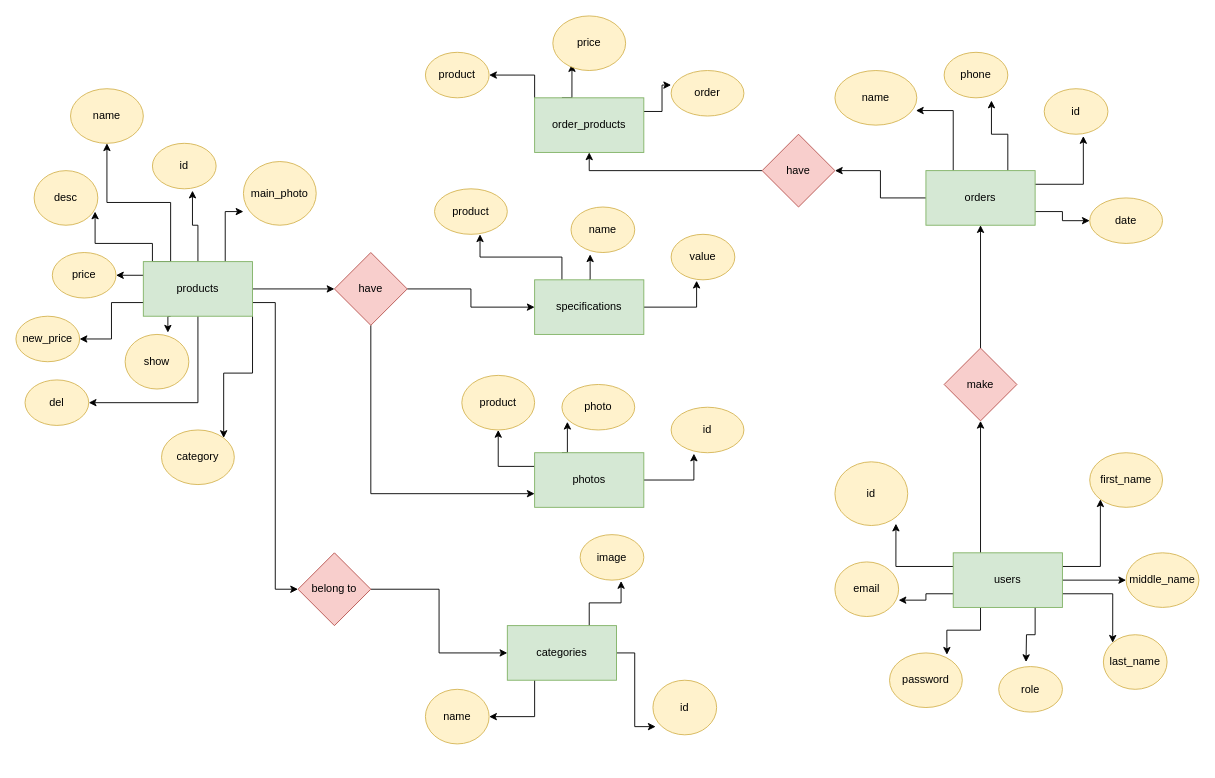
The draw.io diagram ER.drawio in ahr9n/delivery-food, before the edit. Source tidied: cells renumbered, new cells numbered last; positions are measured from the earlier drawing's top-left corner, leaving out a move shared by most shapes. Both pictures are drawn from the tidied source at 91%, with x=0, y=0 at pixel (15, 15).
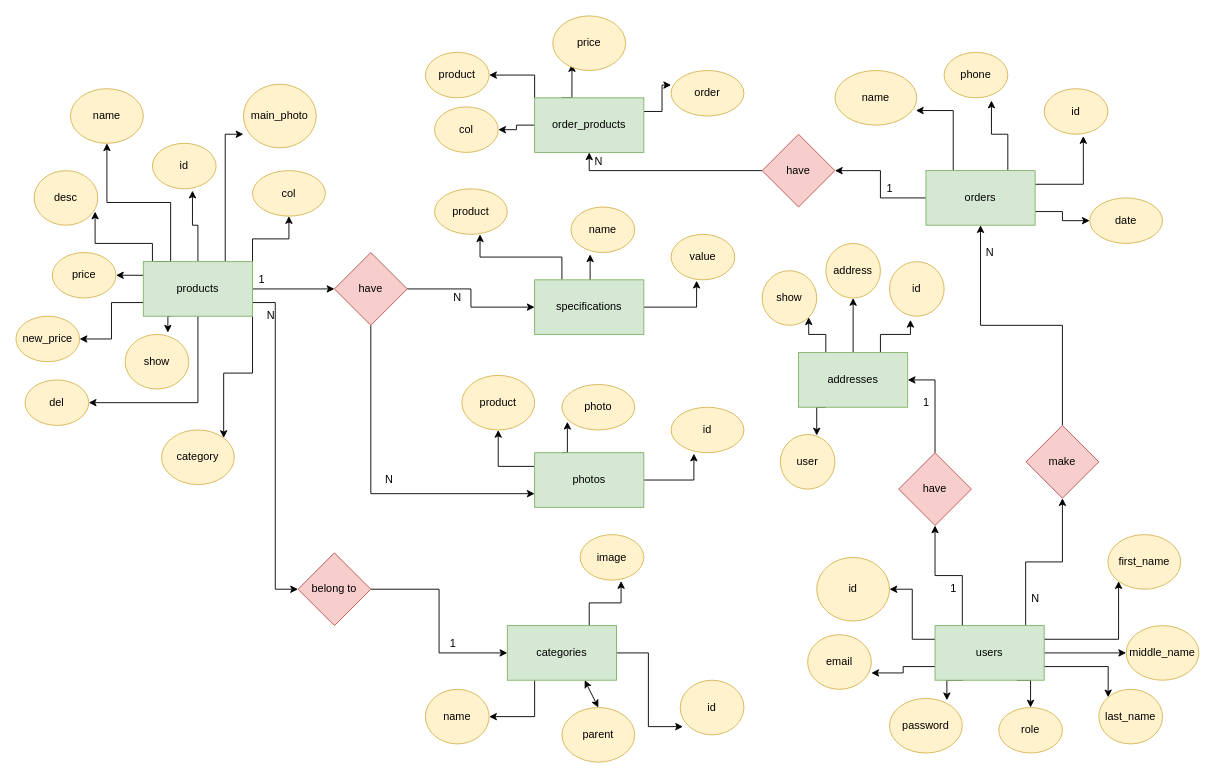
The same diagram, later.

Unchanged cells that the change refers to:
```xml
<mxCell id="13" value="products" style="rounded=0;whiteSpace=wrap;html=1;fillColor=#d5e8d4;strokeColor=#82b366;" parent="1" vertex="1">
  <mxGeometry x="140" y="270" width="120" height="60" as="geometry" />
</mxCell>
<mxCell id="26" value="order_products" style="rounded=0;whiteSpace=wrap;html=1;fillColor=#d5e8d4;strokeColor=#82b366;" parent="1" vertex="1">
  <mxGeometry x="570" y="90" width="120" height="60" as="geometry" />
</mxCell>
```

The edit, as a diff of the source:
```diff
@@
+    <mxCell id="86" style="edgeStyle=orthogonalEdgeStyle;rounded=0;jettySize=auto;html=1;exitX=1;exitY=0;exitDx=0;exitDy=0;" parent="1" edge="1" source="13" target="91">
+      <mxGeometry relative="1" as="geometry" />
+    </mxCell>
@@
     <mxCell id="20" value="main_photo" style="ellipse;whiteSpace=wrap;html=1;fillColor=#fff2cc;strokeColor=#d6b656;" parent="1" vertex="1">
-      <mxGeometry x="250" y="160" width="80" height="70" as="geometry" />
+      <mxGeometry x="250" y="75" width="80" height="70" as="geometry" />
     </mxCell>
@@
+    <mxCell id="87" style="edgeStyle=orthogonalEdgeStyle;rounded=0;jettySize=auto;html=1;exitX=0;exitY=0.5;exitDx=0;exitDy=0;entryX=1;entryY=0.5;entryDx=0;entryDy=0;" parent="1" edge="1" source="26" target="92">
+      <mxGeometry relative="1" as="geometry" />
+    </mxCell>
@@
     <mxCell id="48" value="id" style="ellipse;whiteSpace=wrap;html=1;fillColor=#fff2cc;strokeColor=#d6b656;" parent="1" vertex="1">
-      <mxGeometry x="700" y="730" width="70" height="60" as="geometry" />
+      <mxGeometry x="730" y="730" width="70" height="60" as="geometry" />
     </mxCell>
@@
-    <mxCell id="64" style="edgeStyle=orthogonalEdgeStyle;rounded=0;jettySize=auto;html=1;exitX=0.75;exitY=1;exitDx=0;exitDy=0;" parent="1" edge="1" source="69">
-      <mxGeometry relative="1" as="geometry">
-        <mxPoint x="1110" y="710" as="targetPoint" />
-      </mxGeometry>
+    <mxCell id="64" style="edgeStyle=orthogonalEdgeStyle;rounded=0;jettySize=auto;html=1;exitX=0.75;exitY=1;exitDx=0;exitDy=0;entryX=0.5;entryY=0;entryDx=0;entryDy=0;" parent="1" edge="1" source="69" target="76">
+      <mxGeometry relative="1" as="geometry" />
     </mxCell>
@@
-    <mxCell id="67" style="edgeStyle=orthogonalEdgeStyle;rounded=0;jettySize=auto;html=1;exitX=0;exitY=0.25;exitDx=0;exitDy=0;entryX=0.838;entryY=0.971;entryDx=0;entryDy=0;entryPerimeter=0;" parent="1" edge="1" source="69" target="70">
+    <mxCell id="67" style="edgeStyle=orthogonalEdgeStyle;rounded=0;jettySize=auto;html=1;exitX=0;exitY=0.25;exitDx=0;exitDy=0;entryX=1;entryY=0.5;entryDx=0;entryDy=0;" parent="1" edge="1" source="69" target="70">
       <mxGeometry relative="1" as="geometry" />
     </mxCell>
-    <mxCell id="68" style="edgeStyle=orthogonalEdgeStyle;rounded=0;jettySize=auto;html=1;exitX=0.25;exitY=0;exitDx=0;exitDy=0;entryX=0.5;entryY=1;entryDx=0;entryDy=0;" parent="1" edge="1" source="69" target="78">
+    <mxCell id="68" style="edgeStyle=orthogonalEdgeStyle;rounded=0;jettySize=auto;html=1;exitX=0.83;exitY=0.074;exitDx=0;exitDy=0;entryX=0.5;entryY=1;entryDx=0;entryDy=0;exitPerimeter=0;" parent="1" edge="1" source="69" target="78">
       <mxGeometry relative="1" as="geometry" />
     </mxCell>
+    <mxCell id="88" style="edgeStyle=orthogonalEdgeStyle;rounded=0;jettySize=auto;html=1;exitX=0.25;exitY=0;exitDx=0;exitDy=0;entryX=0.5;entryY=1;entryDx=0;entryDy=0;" parent="1" edge="1" source="69" target="94">
+      <mxGeometry relative="1" as="geometry" />
+    </mxCell>
     <mxCell id="69" value="users" style="rounded=0;whiteSpace=wrap;html=1;fillColor=#d5e8d4;strokeColor=#82b366;" parent="1" vertex="1">
-      <mxGeometry x="1030" y="590" width="120" height="60" as="geometry" />
+      <mxGeometry x="1010" y="670" width="120" height="60" as="geometry" />
     </mxCell>
     <mxCell id="70" value="id" style="ellipse;whiteSpace=wrap;html=1;fillColor=#fff2cc;strokeColor=#d6b656;" parent="1" vertex="1">
-      <mxGeometry x="900" y="490" width="80" height="70" as="geometry" />
+      <mxGeometry x="880" y="595" width="80" height="70" as="geometry" />
     </mxCell>
     <mxCell id="71" value="email" style="ellipse;whiteSpace=wrap;html=1;fillColor=#fff2cc;strokeColor=#d6b656;" parent="1" vertex="1">
-      <mxGeometry x="900" y="600" width="70" height="60" as="geometry" />
+      <mxGeometry x="870" y="680" width="70" height="60" as="geometry" />
     </mxCell>
     <mxCell id="72" value="password" style="ellipse;whiteSpace=wrap;html=1;fillColor=#fff2cc;strokeColor=#d6b656;" parent="1" vertex="1">
-      <mxGeometry x="960" y="700" width="80" height="60" as="geometry" />
+      <mxGeometry x="960" y="750" width="80" height="60" as="geometry" />
     </mxCell>
     <mxCell id="73" value="first_name" style="ellipse;whiteSpace=wrap;html=1;fillColor=#fff2cc;strokeColor=#d6b656;" parent="1" vertex="1">
-      <mxGeometry x="1180" y="480" width="80" height="60" as="geometry" />
+      <mxGeometry x="1200" y="570" width="80" height="60" as="geometry" />
     </mxCell>
     <mxCell id="74" value="last_name" style="ellipse;whiteSpace=wrap;html=1;fillColor=#fff2cc;strokeColor=#d6b656;" parent="1" vertex="1">
-      <mxGeometry x="1195" y="680" width="70" height="60" as="geometry" />
+      <mxGeometry x="1190" y="740" width="70" height="60" as="geometry" />
     </mxCell>
     <mxCell id="75" value="middle_name" style="ellipse;whiteSpace=wrap;html=1;fillColor=#fff2cc;strokeColor=#d6b656;" parent="1" vertex="1">
-      <mxGeometry x="1220" y="590" width="80" height="60" as="geometry" />
+      <mxGeometry x="1220" y="670" width="80" height="60" as="geometry" />
     </mxCell>
     <mxCell id="76" value="role" style="ellipse;whiteSpace=wrap;html=1;fillColor=#fff2cc;strokeColor=#d6b656;" parent="1" vertex="1">
-      <mxGeometry x="1080" y="715" width="70" height="50" as="geometry" />
+      <mxGeometry x="1080" y="760" width="70" height="50" as="geometry" />
     </mxCell>
@@
     <mxCell id="78" value="make" style="rhombus;whiteSpace=wrap;html=1;fillColor=#f8cecc;strokeColor=#b85450;" parent="1" vertex="1">
-      <mxGeometry x="1020" y="365" width="80" height="80" as="geometry" />
+      <mxGeometry x="1110" y="450" width="80" height="80" as="geometry" />
     </mxCell>
@@
+    <mxCell id="89" value="parent" style="ellipse;whiteSpace=wrap;html=1;fillColor=#fff2cc;strokeColor=#d6b656;" parent="1" vertex="1">
+      <mxGeometry x="600" y="760" width="80" height="60" as="geometry" />
+    </mxCell>
+    <mxCell id="90" style="endArrow=classic;startArrow=classic;html=1;exitX=0.5;exitY=0;exitDx=0;exitDy=0;" parent="1" edge="1" source="89">
+      <mxGeometry relative="1" as="geometry">
+        <mxPoint x="625" y="730" as="targetPoint" />
+      </mxGeometry>
+    </mxCell>
+    <mxCell id="91" value="col" style="ellipse;whiteSpace=wrap;html=1;fillColor=#fff2cc;strokeColor=#d6b656;" parent="1" vertex="1">
+      <mxGeometry x="260" y="170" width="80" height="50" as="geometry" />
+    </mxCell>
+    <mxCell id="92" value="col" style="ellipse;whiteSpace=wrap;html=1;fillColor=#fff2cc;strokeColor=#d6b656;" parent="1" vertex="1">
+      <mxGeometry x="460" y="100" width="70" height="50" as="geometry" />
+    </mxCell>
+    <mxCell id="93" style="edgeStyle=orthogonalEdgeStyle;rounded=0;jettySize=auto;html=1;exitX=0.5;exitY=0;exitDx=0;exitDy=0;entryX=1;entryY=0.5;entryDx=0;entryDy=0;" parent="1" edge="1" source="94" target="99">
+      <mxGeometry relative="1" as="geometry" />
+    </mxCell>
+    <mxCell id="94" value="have" style="rhombus;whiteSpace=wrap;html=1;fillColor=#f8cecc;strokeColor=#b85450;" parent="1" vertex="1">
+      <mxGeometry x="970" y="480" width="80" height="80" as="geometry" />
+    </mxCell>
+    <mxCell id="95" style="edgeStyle=orthogonalEdgeStyle;rounded=0;jettySize=auto;html=1;exitX=0.5;exitY=0;exitDx=0;exitDy=0;entryX=0.5;entryY=1;entryDx=0;entryDy=0;" parent="1" edge="1" source="99" target="102">
+      <mxGeometry relative="1" as="geometry" />
+    </mxCell>
+    <mxCell id="96" style="edgeStyle=orthogonalEdgeStyle;rounded=0;jettySize=auto;html=1;exitX=0.25;exitY=0;exitDx=0;exitDy=0;entryX=1;entryY=1;entryDx=0;entryDy=0;" parent="1" edge="1" source="99" target="100">
+      <mxGeometry relative="1" as="geometry" />
+    </mxCell>
+    <mxCell id="97" style="edgeStyle=orthogonalEdgeStyle;rounded=0;jettySize=auto;html=1;exitX=0.25;exitY=1;exitDx=0;exitDy=0;entryX=0.667;entryY=0.017;entryDx=0;entryDy=0;entryPerimeter=0;" parent="1" edge="1" source="99" target="101">
+      <mxGeometry relative="1" as="geometry" />
+    </mxCell>
+    <mxCell id="98" style="edgeStyle=orthogonalEdgeStyle;rounded=0;jettySize=auto;html=1;exitX=0.75;exitY=0;exitDx=0;exitDy=0;entryX=0.383;entryY=1.067;entryDx=0;entryDy=0;entryPerimeter=0;" parent="1" edge="1" source="99" target="103">
+      <mxGeometry relative="1" as="geometry" />
+    </mxCell>
+    <mxCell id="99" value="addresses" style="rounded=0;whiteSpace=wrap;html=1;fillColor=#d5e8d4;strokeColor=#82b366;" parent="1" vertex="1">
+      <mxGeometry x="860" y="370" width="120" height="60" as="geometry" />
+    </mxCell>
+    <mxCell id="100" value="show" style="ellipse;whiteSpace=wrap;html=1;fillColor=#fff2cc;strokeColor=#d6b656;" parent="1" vertex="1">
+      <mxGeometry x="820" y="280" width="60" height="60" as="geometry" />
+    </mxCell>
+    <mxCell id="101" value="user" style="ellipse;whiteSpace=wrap;html=1;fillColor=#fff2cc;strokeColor=#d6b656;" parent="1" vertex="1">
+      <mxGeometry x="840" y="460" width="60" height="60" as="geometry" />
+    </mxCell>
+    <mxCell id="102" value="address" style="ellipse;whiteSpace=wrap;html=1;fillColor=#fff2cc;strokeColor=#d6b656;" parent="1" vertex="1">
+      <mxGeometry x="890" y="250" width="60" height="60" as="geometry" />
+    </mxCell>
+    <mxCell id="103" value="id" style="ellipse;whiteSpace=wrap;html=1;fillColor=#fff2cc;strokeColor=#d6b656;" parent="1" vertex="1">
+      <mxGeometry x="960" y="270" width="60" height="60" as="geometry" />
+    </mxCell>
+    <mxCell id="104" value="1" style="text;html=1;align=center;verticalAlign=middle;strokeColor=none;" parent="1" vertex="1">
+      <mxGeometry x="1020" y="620" width="20" height="20" as="geometry" />
+    </mxCell>
+    <mxCell id="105" value="1" style="text;html=1;align=center;verticalAlign=middle;strokeColor=none;" parent="1" vertex="1">
+      <mxGeometry x="990" y="415" width="20" height="20" as="geometry" />
+    </mxCell>
+    <mxCell id="106" value="N" style="text;html=1;align=center;verticalAlign=middle;strokeColor=none;" parent="1" vertex="1">
+      <mxGeometry x="1110" y="630" width="20" height="20" as="geometry" />
+    </mxCell>
+    <mxCell id="107" value="N" style="text;html=1;align=center;verticalAlign=middle;strokeColor=none;" parent="1" vertex="1">
+      <mxGeometry x="1060" y="250" width="20" height="20" as="geometry" />
+    </mxCell>
+    <mxCell id="108" value="1" style="text;html=1;align=center;verticalAlign=middle;strokeColor=none;" parent="1" vertex="1">
+      <mxGeometry x="950" y="180" width="20" height="20" as="geometry" />
+    </mxCell>
+    <mxCell id="109" value="N" style="text;html=1;align=center;verticalAlign=middle;strokeColor=none;" parent="1" vertex="1">
+      <mxGeometry x="630" y="150" width="20" height="20" as="geometry" />
+    </mxCell>
+    <mxCell id="110" value="N" style="text;html=1;align=center;verticalAlign=middle;strokeColor=none;" parent="1" vertex="1">
+      <mxGeometry x="270" y="320" width="20" height="20" as="geometry" />
+    </mxCell>
+    <mxCell id="111" value="1" style="text;html=1;align=center;verticalAlign=middle;strokeColor=none;" parent="1" vertex="1">
+      <mxGeometry x="470" y="680" width="20" height="20" as="geometry" />
+    </mxCell>
+    <mxCell id="112" value="1" style="text;html=1;align=center;verticalAlign=middle;strokeColor=none;" parent="1" vertex="1">
+      <mxGeometry x="260" y="280" width="20" height="20" as="geometry" />
+    </mxCell>
+    <mxCell id="113" value="N" style="text;html=1;align=center;verticalAlign=middle;strokeColor=none;" parent="1" vertex="1">
+      <mxGeometry x="475" y="300" width="20" height="20" as="geometry" />
+    </mxCell>
+    <mxCell id="114" value="N" style="text;html=1;align=center;verticalAlign=middle;strokeColor=none;" parent="1" vertex="1">
+      <mxGeometry x="400" y="500" width="20" height="20" as="geometry" />
+    </mxCell>
```
